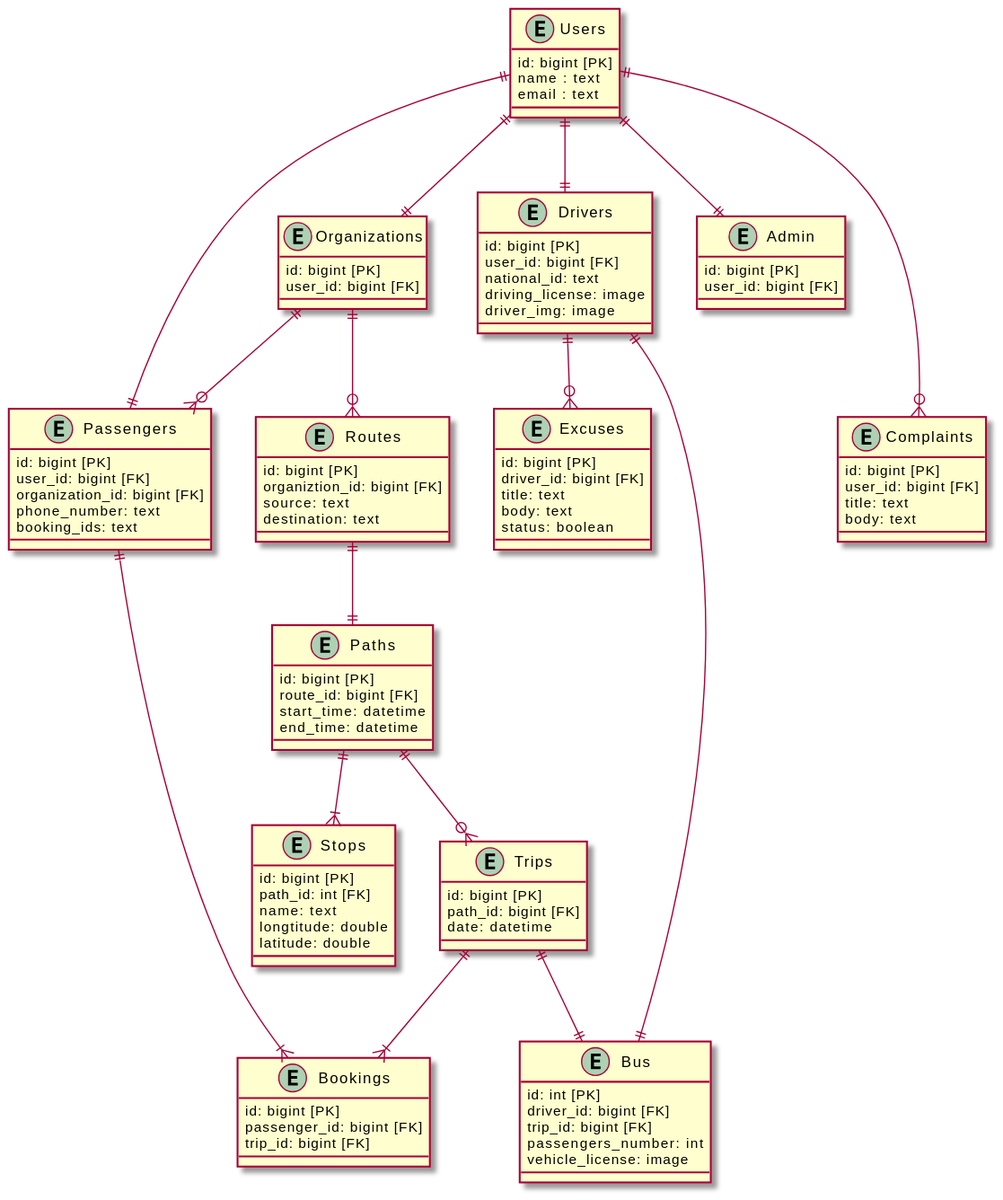
The PlantUML diagram erd.svg in moazbasheer/BaaS_GP, before a commit. The source it was exported from:
```plantuml
@startuml erd
entity Users {
  id: bigint [PK]
  name : text
  email : text
}
entity Passengers {
  id: bigint [PK]
  user_id: bigint [FK]
  organization_id: bigint [FK]
  phone_number: text
  booking_ids: text
}

entity Organizations {
  id: bigint [PK]
  user_id: bigint [FK]
}

entity Drivers {
  id: bigint [PK]
  user_id: bigint [FK]
  national_id: text
  driving_license: image
  driver_img: image
}
entity Admin {
  id: bigint [PK]
  user_id: bigint [FK]
}
entity Excuses {
  id: bigint [PK]
  driver_id: bigint [FK]
  title: text
  body: text
  status: boolean
}
entity Routes {
  id: bigint [PK]
  organiztion_id: bigint [FK]
  source: text
  destination: text

}
entity Paths {
  id: bigint [PK]
  route_id: bigint [FK]
  start_time: datetime
  end_time: datetime
}
entity Stops {
  id: bigint [PK]
  path_id: int [FK]
  name: text
  longtitude: double
  latitude: double
}
entity Bus {
  id: int [PK]
  driver_id: bigint [FK]
  trip_id: bigint [FK]
  passengers_number: int
  vehicle_license: image
}
entity Bookings {
  id: bigint [PK]
  passenger_id: bigint [FK]
  trip_id: bigint [FK]
}

entity Trips {
  id: bigint [PK]
  path_id: bigint [FK]
  date: datetime
}
entity Complaints {
  id: bigint [PK]
  user_id: bigint [FK]
  title: text
  body: text

}
Users ||--|| Passengers
Users ||--|| Drivers
Users ||--|| Organizations
Users ||--|| Admin

Users ||---o{ Complaints
Organizations ||--o{ Passengers
Organizations ||--o{ Routes
Drivers ||--o{ Excuses

Routes ||--|| Paths
Paths ||--|{ Stops
Paths ||--o{ Trips
Trips ||--|| Bus
Drivers ||--|| Bus

Passengers ||--|{ Bookings
Trips ||--|{ Bookings


@enduml
```
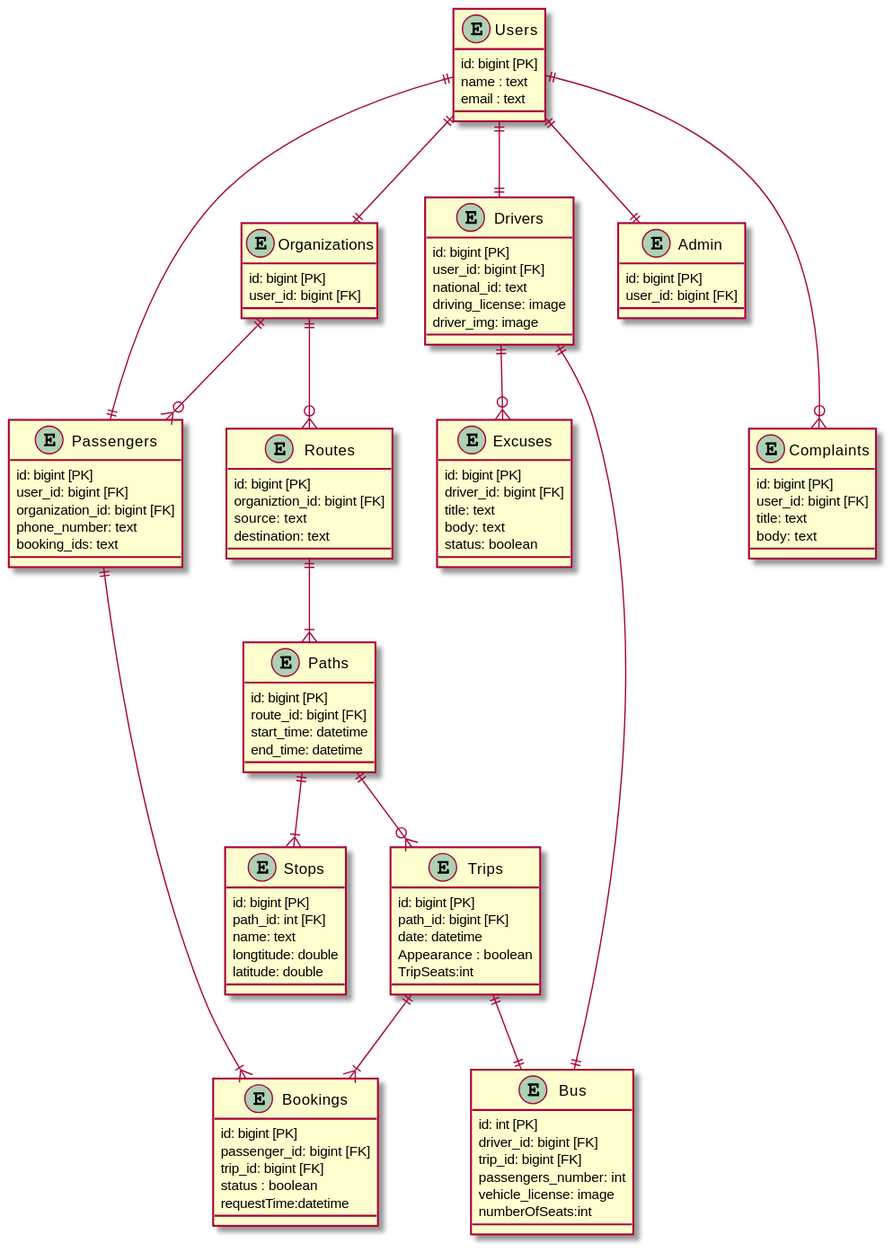
After the change.

What changed in the source:
```diff
@@ -61,17 +61,22 @@
   trip_id: bigint [FK]
   passengers_number: int
   vehicle_license: image
+  numberOfSeats:int
 }
 entity Bookings {
   id: bigint [PK]
   passenger_id: bigint [FK]
   trip_id: bigint [FK]
+  status : boolean
+  requestTime:datetime
 }
 
 entity Trips {
   id: bigint [PK]
   path_id: bigint [FK]
   date: datetime
+  Appearance : boolean
+  TripSeats:int
 }
 entity Complaints {
   id: bigint [PK]
@@ -90,7 +95,7 @@
 Organizations ||--o{ Routes
 Drivers ||--o{ Excuses
 
-Routes ||--|| Paths
+Routes ||--|{ Paths
 Paths ||--|{ Stops
 Paths ||--o{ Trips
 Trips ||--|| Bus
```
